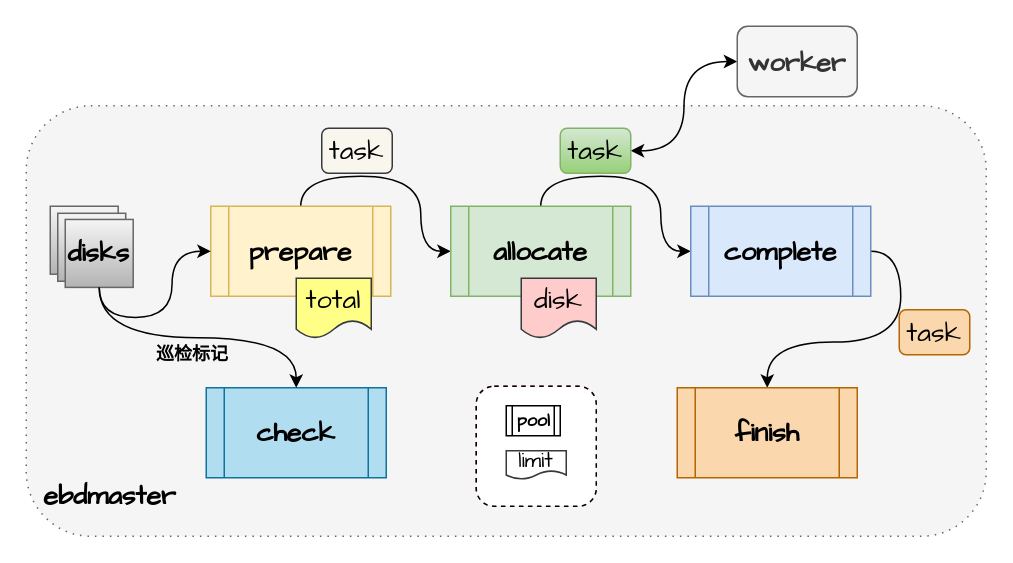
This is 任务调度.drawio from JasonHu520/examples, a draw.io file, before an edit. Source tidied: cells renumbered, new cells numbered last; positions are measured from the earlier drawing's top-left corner, leaving out a move shared by most shapes. Both pictures are drawn from the tidied source at 150%, with x=0, y=0 at pixel (26, 26).
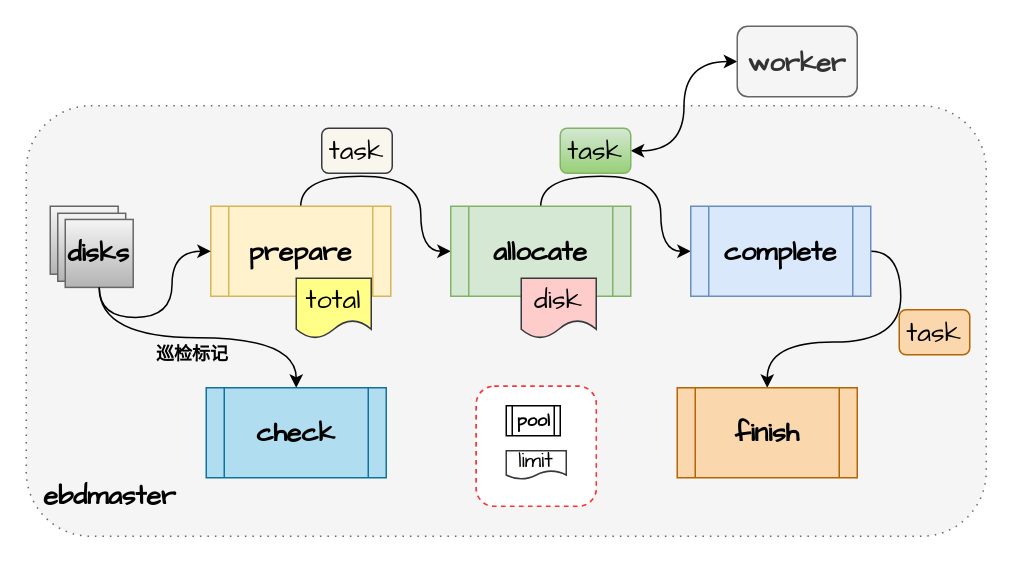
The same page after the edit.

Commit message:
更新任务调度.drawio

Change to the diagram source:
```diff
@@
-    <mxCell id="25" style="whiteSpace=wrap;html=1;rounded=1;dashed=1;" parent="1" vertex="1">
+    <mxCell id="25" style="whiteSpace=wrap;html=1;rounded=1;dashed=1;strokeColor=#FF3333;" parent="1" vertex="1">
       <mxGeometry x="300" y="240" width="80" height="80" as="geometry" />
     </mxCell>
```
